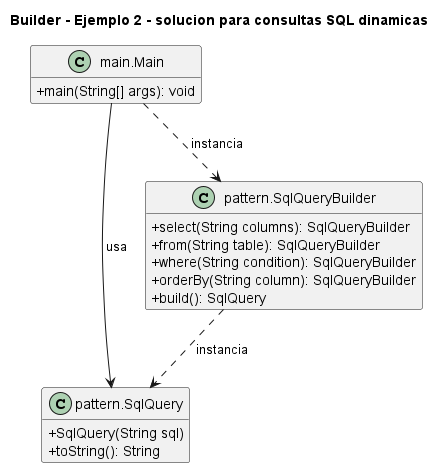
Before: 1. Creacionales/Builder/Ejemplo 2 - solucion para consultas SQL dinamicas/UML.png, a diagram exported from PlantUML (NicoCG32/Patrones-de-Software-y-Programacion-UCN). The source it was exported from:
```plantuml
@startuml
title Builder - Ejemplo 2 - solucion para consultas SQL dinamicas
skinparam classAttributeIconSize 0
hide empty fields
class "main.Main" as main_Main {
  +main(String[] args): void
}
class "pattern.SqlQuery" as pattern_SqlQuery {
  +SqlQuery(String sql)
  +toString(): String
}
class "pattern.SqlQueryBuilder" as pattern_SqlQueryBuilder {
  +select(String columns): SqlQueryBuilder
  +from(String table): SqlQueryBuilder
  +where(String condition): SqlQueryBuilder
  +orderBy(String column): SqlQueryBuilder
  +build(): SqlQuery
}
main_Main --> pattern_SqlQuery : usa
main_Main ..> pattern_SqlQueryBuilder : instancia
pattern_SqlQueryBuilder ..> pattern_SqlQuery : instancia
@enduml
```
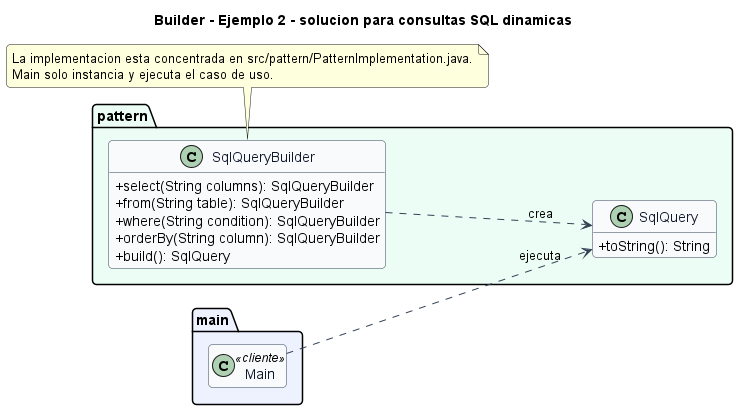
The same file after the commit.

The edit, as a diff of the source:
```diff
@@ -1,22 +1,40 @@
 @startuml
 title Builder - Ejemplo 2 - solucion para consultas SQL dinamicas
+left to right direction
+skinparam backgroundColor #FFFFFF
+skinparam shadowing false
+skinparam roundcorner 8
 skinparam classAttributeIconSize 0
-hide empty fields
-class "main.Main" as main_Main {
-  +main(String[] args): void
+skinparam class {
+  BackgroundColor #F8FAFC
+  BorderColor #334155
+  ArrowColor #334155
+  FontColor #0F172A
 }
-class "pattern.SqlQuery" as pattern_SqlQuery {
-  +SqlQuery(String sql)
-  +toString(): String
+hide empty members
+
+package "main" #EEF2FF {
+  class Main <<cliente>>
 }
-class "pattern.SqlQueryBuilder" as pattern_SqlQueryBuilder {
-  +select(String columns): SqlQueryBuilder
-  +from(String table): SqlQueryBuilder
-  +where(String condition): SqlQueryBuilder
-  +orderBy(String column): SqlQueryBuilder
-  +build(): SqlQuery
+
+package "pattern" #ECFDF5 {
+  class SqlQuery {
+    +toString(): String
+  }
+  class SqlQueryBuilder {
+    +select(String columns): SqlQueryBuilder
+    +from(String table): SqlQueryBuilder
+    +where(String condition): SqlQueryBuilder
+    +orderBy(String column): SqlQueryBuilder
+    +build(): SqlQuery
+  }
 }
-main_Main --> pattern_SqlQuery : usa
-main_Main ..> pattern_SqlQueryBuilder : instancia
-pattern_SqlQueryBuilder ..> pattern_SqlQuery : instancia
+
+SqlQueryBuilder ..> SqlQuery : crea
+Main ..> SqlQuery : ejecuta
+
+note bottom
+La implementacion esta concentrada en src/pattern/PatternImplementation.java.
+Main solo instancia y ejecuta el caso de uso.
+end note
 @enduml
```
